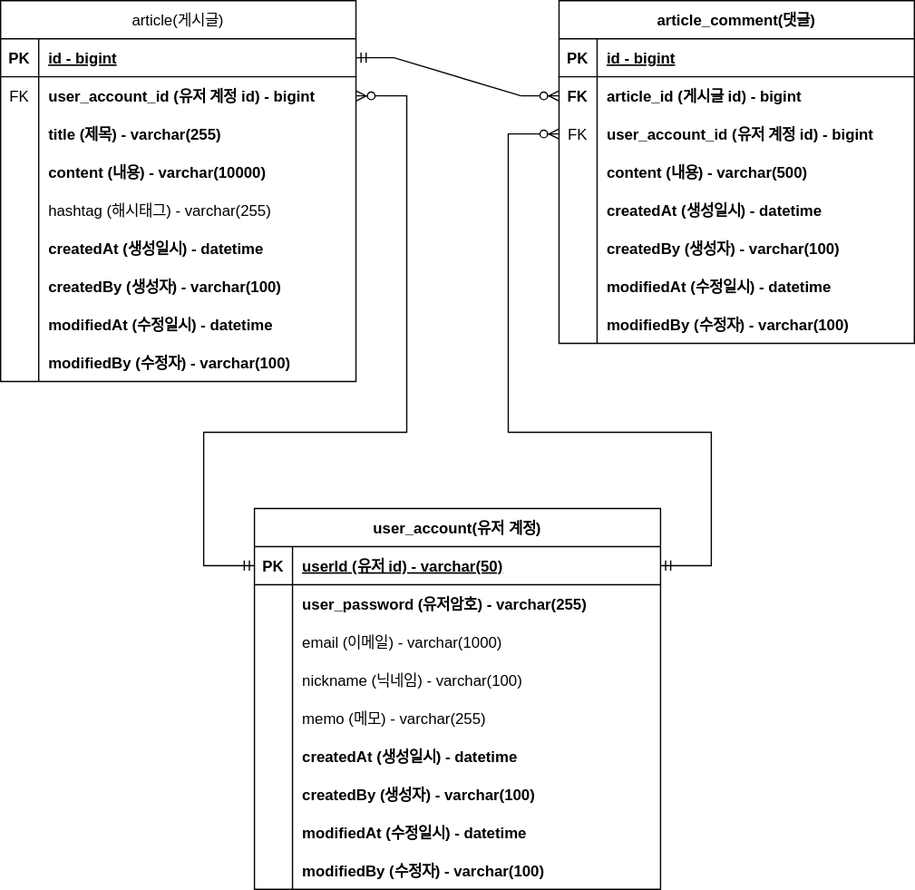
Earlier version of the draw.io export document/project-board-erd.svg (ajs9303/fastcampus-project-board). Source tidied: cells renumbered, new cells last; positions are measured from the earlier drawing's top-left corner, leaving out a move shared by most shapes.
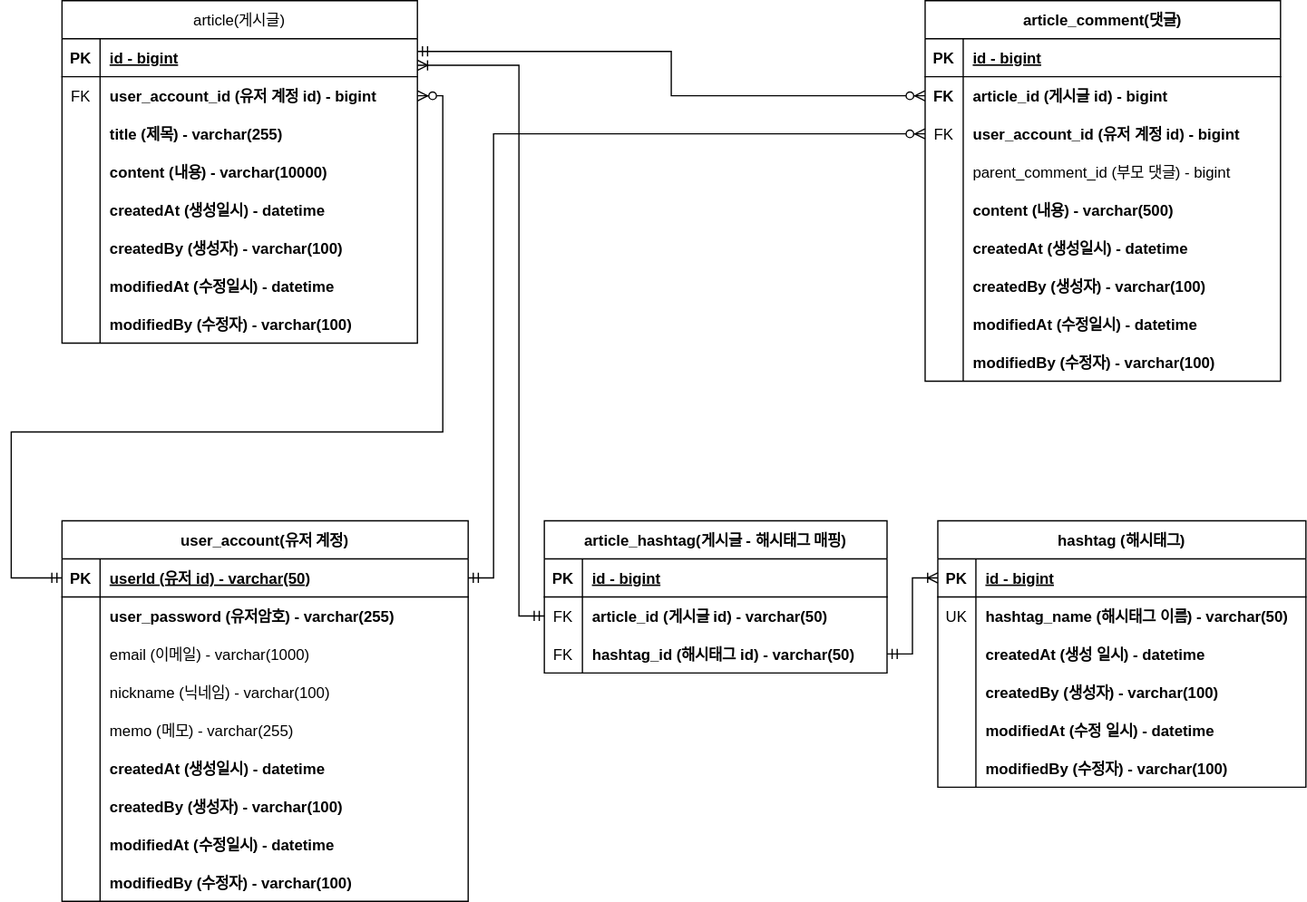
Later version of the same file.

Commit message:
#45 - project-board-erd.svg 업데이트: 대댓글, 해시태그

Change to the diagram source:
```diff
@@ -3,7 +3,7 @@
     <mxCell id="0" />
     <mxCell id="1" parent="0" />
     <mxCell id="2" value="article(게시글)" style="shape=table;startSize=30;rowLines=0;fontStyle=0;align=center;" parent="1" vertex="1">
-      <mxGeometry width="280" height="300" as="geometry" />
+      <mxGeometry width="280" height="270" as="geometry" />
     </mxCell>
     <mxCell id="3" style="shape=partialRectangle;fillColor=none;points=[[0,0.5],[1,0.5]];portConstraint=eastwest;top=0;left=0;right=0;bottom=1;" parent="2" vertex="1">
       <mxGeometry y="30" width="280" height="30" as="geometry" />
@@ -41,17 +41,8 @@
     <mxCell id="14" value="content (내용) - varchar(10000)" style="shape=partialRectangle;overflow=hidden;fillColor=none;top=0;left=0;bottom=0;right=0;align=left;spacingLeft=6;fontStyle=1;" parent="12" vertex="1">
       <mxGeometry x="30" width="250" height="30" as="geometry" />
     </mxCell>
-    <mxCell id="15" style="shape=partialRectangle;fillColor=none;top=0;left=0;right=0;bottom=0;" parent="2" vertex="1">
-      <mxGeometry y="150" width="280" height="30" as="geometry" />
-    </mxCell>
-    <mxCell id="16" style="shape=partialRectangle;overflow=hidden;fillColor=none;top=0;left=0;bottom=0;right=0;" parent="15" vertex="1">
-      <mxGeometry width="30" height="30" as="geometry" />
-    </mxCell>
-    <mxCell id="17" value="hashtag (해시태그) - varchar(255)" style="shape=partialRectangle;overflow=hidden;fillColor=none;top=0;left=0;bottom=0;right=0;align=left;spacingLeft=6;fontStyle=0;" parent="15" vertex="1">
-      <mxGeometry x="30" width="250" height="30" as="geometry" />
-    </mxCell>
     <mxCell id="18" style="shape=partialRectangle;fillColor=none;top=0;left=0;right=0;bottom=0;" parent="2" vertex="1">
-      <mxGeometry y="180" width="280" height="30" as="geometry" />
+      <mxGeometry y="150" width="280" height="30" as="geometry" />
     </mxCell>
     <mxCell id="19" style="shape=partialRectangle;overflow=hidden;fillColor=none;top=0;left=0;bottom=0;right=0;" parent="18" vertex="1">
       <mxGeometry width="30" height="30" as="geometry" />
@@ -60,7 +51,7 @@
       <mxGeometry x="30" width="250" height="30" as="geometry" />
     </mxCell>
     <mxCell id="21" style="shape=partialRectangle;fillColor=none;top=0;left=0;right=0;bottom=0;" parent="2" vertex="1">
-      <mxGeometry y="210" width="280" height="30" as="geometry" />
+      <mxGeometry y="180" width="280" height="30" as="geometry" />
     </mxCell>
     <mxCell id="22" style="shape=partialRectangle;overflow=hidden;fillColor=none;top=0;left=0;bottom=0;right=0;" parent="21" vertex="1">
       <mxGeometry width="30" height="30" as="geometry" />
@@ -69,7 +60,7 @@
       <mxGeometry x="30" width="250" height="30" as="geometry" />
     </mxCell>
     <mxCell id="24" style="shape=partialRectangle;fillColor=none;top=0;left=0;right=0;bottom=0;" parent="2" vertex="1">
-      <mxGeometry y="240" width="280" height="30" as="geometry" />
+      <mxGeometry y="210" width="280" height="30" as="geometry" />
     </mxCell>
     <mxCell id="25" style="shape=partialRectangle;overflow=hidden;fillColor=none;top=0;left=0;bottom=0;right=0;" parent="24" vertex="1">
       <mxGeometry width="30" height="30" as="geometry" />
@@ -78,7 +69,7 @@
       <mxGeometry x="30" width="250" height="30" as="geometry" />
     </mxCell>
     <mxCell id="27" style="shape=partialRectangle;fillColor=none;top=0;left=0;right=0;bottom=0;" parent="2" vertex="1">
-      <mxGeometry y="270" width="280" height="30" as="geometry" />
+      <mxGeometry y="240" width="280" height="30" as="geometry" />
     </mxCell>
     <mxCell id="28" style="shape=partialRectangle;overflow=hidden;fillColor=none;top=0;left=0;bottom=0;right=0;" parent="27" vertex="1">
       <mxGeometry width="30" height="30" as="geometry" />
@@ -87,7 +78,7 @@
       <mxGeometry x="30" width="250" height="30" as="geometry" />
     </mxCell>
     <mxCell id="30" value="article_comment(댓글)" style="shape=table;startSize=30;rowLines=0;fontStyle=1;align=center;" parent="1" vertex="1">
-      <mxGeometry x="440" width="280" height="270" as="geometry" />
+      <mxGeometry x="680" width="280" height="300" as="geometry" />
     </mxCell>
     <mxCell id="31" style="shape=partialRectangle;fillColor=none;top=0;left=0;right=0;bottom=1;" parent="30" vertex="1">
       <mxGeometry y="30" width="280" height="30" as="geometry" />
@@ -116,8 +107,17 @@
     <mxCell id="39" value="user_account_id (유저 계정 id) - bigint" style="shape=partialRectangle;overflow=hidden;fillColor=none;top=0;left=0;bottom=0;right=0;align=left;spacingLeft=6;fontStyle=1;" parent="37" vertex="1">
       <mxGeometry x="30" width="250" height="30" as="geometry" />
     </mxCell>
+    <mxCell id="86" style="shape=partialRectangle;fillColor=none;top=0;left=0;right=0;bottom=0;" parent="30" vertex="1">
+      <mxGeometry y="120" width="280" height="30" as="geometry" />
+    </mxCell>
+    <mxCell id="87" style="shape=partialRectangle;overflow=hidden;fillColor=none;top=0;left=0;bottom=0;right=0;" parent="86" vertex="1">
+      <mxGeometry width="30" height="30" as="geometry" />
+    </mxCell>
+    <mxCell id="88" value="parent_comment_id (부모 댓글) - bigint" style="shape=partialRectangle;overflow=hidden;fillColor=none;top=0;left=0;bottom=0;right=0;align=left;spacingLeft=6;fontStyle=0;" parent="86" vertex="1">
+      <mxGeometry x="30" width="250" height="30" as="geometry" />
+    </mxCell>
     <mxCell id="40" style="shape=partialRectangle;fillColor=none;top=0;left=0;right=0;bottom=0;" parent="30" vertex="1">
-      <mxGeometry y="120" width="280" height="30" as="geometry" />
+      <mxGeometry y="150" width="280" height="30" as="geometry" />
     </mxCell>
     <mxCell id="41" style="shape=partialRectangle;overflow=hidden;fillColor=none;top=0;left=0;bottom=0;right=0;" parent="40" vertex="1">
       <mxGeometry width="30" height="30" as="geometry" />
@@ -126,7 +126,7 @@
       <mxGeometry x="30" width="250" height="30" as="geometry" />
     </mxCell>
     <mxCell id="43" style="shape=partialRectangle;fillColor=none;top=0;left=0;right=0;bottom=0;" parent="30" vertex="1">
-      <mxGeometry y="150" width="280" height="30" as="geometry" />
+      <mxGeometry y="180" width="280" height="30" as="geometry" />
     </mxCell>
     <mxCell id="44" style="shape=partialRectangle;overflow=hidden;fillColor=none;top=0;left=0;bottom=0;right=0;" parent="43" vertex="1">
       <mxGeometry width="30" height="30" as="geometry" />
@@ -135,7 +135,7 @@
       <mxGeometry x="30" width="250" height="30" as="geometry" />
     </mxCell>
     <mxCell id="46" style="shape=partialRectangle;fillColor=none;top=0;left=0;right=0;bottom=0;" parent="30" vertex="1">
-      <mxGeometry y="180" width="280" height="30" as="geometry" />
+      <mxGeometry y="210" width="280" height="30" as="geometry" />
     </mxCell>
     <mxCell id="47" style="shape=partialRectangle;overflow=hidden;fillColor=none;top=0;left=0;bottom=0;right=0;" parent="46" vertex="1">
       <mxGeometry width="30" height="30" as="geometry" />
@@ -144,7 +144,7 @@
       <mxGeometry x="30" width="250" height="30" as="geometry" />
     </mxCell>
     <mxCell id="49" style="shape=partialRectangle;fillColor=none;top=0;left=0;right=0;bottom=0;" parent="30" vertex="1">
-      <mxGeometry y="210" width="280" height="30" as="geometry" />
+      <mxGeometry y="240" width="280" height="30" as="geometry" />
     </mxCell>
     <mxCell id="50" style="shape=partialRectangle;overflow=hidden;fillColor=none;top=0;left=0;bottom=0;right=0;" parent="49" vertex="1">
       <mxGeometry width="30" height="30" as="geometry" />
@@ -153,7 +153,7 @@
       <mxGeometry x="30" width="250" height="30" as="geometry" />
     </mxCell>
     <mxCell id="52" style="shape=partialRectangle;fillColor=none;top=0;left=0;right=0;bottom=0;" parent="30" vertex="1">
-      <mxGeometry y="240" width="280" height="30" as="geometry" />
+      <mxGeometry y="270" width="280" height="30" as="geometry" />
     </mxCell>
     <mxCell id="53" style="shape=partialRectangle;overflow=hidden;fillColor=none;top=0;left=0;bottom=0;right=0;" parent="52" vertex="1">
       <mxGeometry width="30" height="30" as="geometry" />
@@ -161,11 +161,8 @@
     <mxCell id="54" value="modifiedBy (수정자) - varchar(100)" style="shape=partialRectangle;overflow=hidden;fillColor=none;top=0;left=0;bottom=0;right=0;align=left;spacingLeft=6;fontStyle=1;" parent="52" vertex="1">
       <mxGeometry x="30" width="250" height="30" as="geometry" />
     </mxCell>
-    <mxCell id="55" style="edgeStyle=entityRelationEdgeStyle;fontSize=12;html=1;endArrow=ERzeroToMany;startArrow=ERmandOne;rounded=0;exitX=1;exitY=0.5;exitDx=0;exitDy=0;entryX=0;entryY=0.5;entryDx=0;entryDy=0;" parent="1" edge="1" source="3" target="34">
-      <mxGeometry relative="1" as="geometry" />
-    </mxCell>
     <mxCell id="56" value="user_account(유저 계정)" style="shape=table;startSize=30;rowLines=0;fontStyle=1;align=center;" parent="1" vertex="1">
-      <mxGeometry x="200" y="400" width="320" height="300" as="geometry" />
+      <mxGeometry y="410" width="320" height="300" as="geometry" />
     </mxCell>
     <mxCell id="57" style="shape=partialRectangle;fillColor=none;points=[[0,0.5],[1,0.5]];portConstraint=eastwest;top=0;left=0;right=0;bottom=1;" parent="56" vertex="1">
       <mxGeometry y="30" width="320" height="30" as="geometry" />
@@ -251,22 +248,133 @@
     <mxCell id="84" style="edgeStyle=orthogonalEdgeStyle;fontSize=12;html=1;endArrow=ERzeroToMany;startArrow=ERmandOne;rounded=0;entryX=1;entryY=0.5;entryDx=0;entryDy=0;exitX=0;exitY=0.5;exitDx=0;exitDy=0;" parent="1" edge="1" source="57" target="6">
       <mxGeometry relative="1" as="geometry">
         <Array as="points">
-          <mxPoint x="160" y="445" />
-          <mxPoint x="160" y="340" />
-          <mxPoint x="320" y="340" />
-          <mxPoint x="320" y="75" />
+          <mxPoint x="-40" y="455" />
+          <mxPoint x="-40" y="340" />
+          <mxPoint x="300" y="340" />
+          <mxPoint x="300" y="75" />
         </Array>
       </mxGeometry>
     </mxCell>
-    <mxCell id="85" style="edgeStyle=orthogonalEdgeStyle;fontSize=12;html=1;endArrow=ERzeroToMany;startArrow=ERmandOne;rounded=0;exitX=1;exitY=0.5;exitDx=0;exitDy=0;entryX=0;entryY=0.5;entryDx=0;entryDy=0;" parent="1" edge="1" source="57" target="37">
+    <mxCell id="85" style="edgeStyle=orthogonalEdgeStyle;fontSize=12;html=1;endArrow=ERzeroToMany;startArrow=ERmandOne;rounded=0;entryX=0;entryY=0.5;entryDx=0;entryDy=0;exitX=1;exitY=0.5;exitDx=0;exitDy=0;" parent="1" edge="1" source="57" target="37">
       <mxGeometry relative="1" as="geometry">
         <Array as="points">
-          <mxPoint x="560" y="445" />
-          <mxPoint x="560" y="340" />
-          <mxPoint x="400" y="340" />
-          <mxPoint x="400" y="105" />
+          <mxPoint x="340" y="455" />
+          <mxPoint x="340" y="105" />
         </Array>
       </mxGeometry>
     </mxCell>
+    <mxCell id="89" style="edgeStyle=orthogonalEdgeStyle;fontSize=12;html=1;endArrow=ERzeroToMany;startArrow=ERmandOne;rounded=0;entryX=0;entryY=0.5;entryDx=0;entryDy=0;exitX=1;exitY=0.5;exitDx=0;exitDy=0;" parent="1" edge="1" target="34">
+      <mxGeometry relative="1" as="geometry">
+        <mxPoint x="280" y="40" as="sourcePoint" />
+        <Array as="points">
+          <mxPoint x="480" y="40" />
+          <mxPoint x="480" y="75" />
+        </Array>
+      </mxGeometry>
+    </mxCell>
+    <mxCell id="90" value="article_hashtag(게시글 - 해시태그 매핑)" style="shape=table;startSize=30;rowLines=0;fontStyle=1;align=center;" parent="1" vertex="1">
+      <mxGeometry x="380" y="410" width="270" height="120" as="geometry" />
+    </mxCell>
+    <mxCell id="91" style="shape=partialRectangle;fillColor=none;top=0;left=0;right=0;bottom=1;" parent="90" vertex="1">
+      <mxGeometry y="30" width="270" height="30" as="geometry" />
+    </mxCell>
+    <mxCell id="92" value="PK" style="shape=partialRectangle;overflow=hidden;fillColor=none;top=0;left=0;bottom=0;right=0;fontStyle=1;" parent="91" vertex="1">
+      <mxGeometry width="30" height="30" as="geometry" />
+    </mxCell>
+    <mxCell id="93" value="id - bigint" style="shape=partialRectangle;overflow=hidden;fillColor=none;top=0;left=0;bottom=0;right=0;align=left;spacingLeft=6;fontStyle=5;" parent="91" vertex="1">
+      <mxGeometry x="30" width="240" height="30" as="geometry" />
+    </mxCell>
+    <mxCell id="94" style="shape=partialRectangle;fillColor=none;points=[[0,0.5],[1,0.5]];portConstraint=eastwest;top=0;left=0;right=0;bottom=0;" parent="90" vertex="1">
+      <mxGeometry y="60" width="270" height="30" as="geometry" />
+    </mxCell>
+    <mxCell id="95" value="FK" style="shape=partialRectangle;overflow=hidden;fillColor=none;top=0;left=0;bottom=0;right=0;" parent="94" vertex="1">
+      <mxGeometry width="30" height="30" as="geometry" />
+    </mxCell>
+    <mxCell id="96" value="article_id (게시글 id) - varchar(50)" style="shape=partialRectangle;overflow=hidden;fillColor=none;top=0;left=0;bottom=0;right=0;align=left;spacingLeft=6;fontStyle=1;" parent="94" vertex="1">
+      <mxGeometry x="30" width="240" height="30" as="geometry" />
+    </mxCell>
+    <mxCell id="97" style="shape=partialRectangle;fillColor=none;points=[[0,0.5],[1,0.5]];portConstraint=eastwest;top=0;left=0;right=0;bottom=0;" parent="90" vertex="1">
+      <mxGeometry y="90" width="270" height="30" as="geometry" />
+    </mxCell>
+    <mxCell id="98" value="FK" style="shape=partialRectangle;overflow=hidden;fillColor=none;top=0;left=0;bottom=0;right=0;" parent="97" vertex="1">
+      <mxGeometry width="30" height="30" as="geometry" />
+    </mxCell>
+    <mxCell id="99" value="hashtag_id (해시태그 id) - varchar(50)" style="shape=partialRectangle;overflow=hidden;fillColor=none;top=0;left=0;bottom=0;right=0;align=left;spacingLeft=6;fontStyle=1;" parent="97" vertex="1">
+      <mxGeometry x="30" width="240" height="30" as="geometry" />
+    </mxCell>
+    <mxCell id="100" value="hashtag (해시태그)" style="shape=table;startSize=30;rowLines=0;fontStyle=1;align=center;" parent="1" vertex="1">
+      <mxGeometry x="690" y="410" width="290" height="210" as="geometry" />
+    </mxCell>
+    <mxCell id="101" style="shape=partialRectangle;fillColor=none;points=[[0,0.5],[1,0.5]];portConstraint=eastwest;top=0;left=0;right=0;bottom=1;" parent="100" vertex="1">
+      <mxGeometry y="30" width="290" height="30" as="geometry" />
+    </mxCell>
+    <mxCell id="102" value="PK" style="shape=partialRectangle;overflow=hidden;fillColor=none;top=0;left=0;bottom=0;right=0;fontStyle=1;" parent="101" vertex="1">
+      <mxGeometry width="30" height="30" as="geometry" />
+    </mxCell>
+    <mxCell id="103" value="id - bigint" style="shape=partialRectangle;overflow=hidden;fillColor=none;top=0;left=0;bottom=0;right=0;align=left;spacingLeft=6;fontStyle=5;" parent="101" vertex="1">
+      <mxGeometry x="30" width="260" height="30" as="geometry" />
+    </mxCell>
+    <mxCell id="104" style="shape=partialRectangle;fillColor=none;top=0;left=0;right=0;bottom=0;" parent="100" vertex="1">
+      <mxGeometry y="60" width="290" height="30" as="geometry" />
+    </mxCell>
+    <mxCell id="105" value="UK" style="shape=partialRectangle;overflow=hidden;fillColor=none;top=0;left=0;bottom=0;right=0;" parent="104" vertex="1">
+      <mxGeometry width="30" height="30" as="geometry" />
+    </mxCell>
+    <mxCell id="106" value="hashtag_name (해시태그 이름) - varchar(50)" style="shape=partialRectangle;overflow=hidden;fillColor=none;top=0;left=0;bottom=0;right=0;align=left;spacingLeft=6;fontStyle=1;" parent="104" vertex="1">
+      <mxGeometry x="30" width="260" height="30" as="geometry" />
+    </mxCell>
+    <mxCell id="107" style="shape=partialRectangle;fillColor=none;top=0;left=0;right=0;bottom=0;" parent="100" vertex="1">
+      <mxGeometry y="90" width="290" height="30" as="geometry" />
+    </mxCell>
+    <mxCell id="108" style="shape=partialRectangle;overflow=hidden;fillColor=none;top=0;left=0;bottom=0;right=0;" parent="107" vertex="1">
+      <mxGeometry width="30" height="30" as="geometry" />
+    </mxCell>
+    <mxCell id="109" value="createdAt (생성 일시) - datetime" style="shape=partialRectangle;overflow=hidden;fillColor=none;top=0;left=0;bottom=0;right=0;align=left;spacingLeft=6;fontStyle=1;" parent="107" vertex="1">
+      <mxGeometry x="30" width="260" height="30" as="geometry" />
+    </mxCell>
+    <mxCell id="110" style="shape=partialRectangle;fillColor=none;top=0;left=0;right=0;bottom=0;" parent="100" vertex="1">
+      <mxGeometry y="120" width="290" height="30" as="geometry" />
+    </mxCell>
+    <mxCell id="111" style="shape=partialRectangle;overflow=hidden;fillColor=none;top=0;left=0;bottom=0;right=0;" parent="110" vertex="1">
+      <mxGeometry width="30" height="30" as="geometry" />
+    </mxCell>
+    <mxCell id="112" value="createdBy (생성자) - varchar(100)" style="shape=partialRectangle;overflow=hidden;fillColor=none;top=0;left=0;bottom=0;right=0;align=left;spacingLeft=6;fontStyle=1;" parent="110" vertex="1">
+      <mxGeometry x="30" width="260" height="30" as="geometry" />
+    </mxCell>
+    <mxCell id="113" style="shape=partialRectangle;fillColor=none;top=0;left=0;right=0;bottom=0;" parent="100" vertex="1">
+      <mxGeometry y="150" width="290" height="30" as="geometry" />
+    </mxCell>
+    <mxCell id="114" style="shape=partialRectangle;overflow=hidden;fillColor=none;top=0;left=0;bottom=0;right=0;" parent="113" vertex="1">
+      <mxGeometry width="30" height="30" as="geometry" />
+    </mxCell>
+    <mxCell id="115" value="modifiedAt (수정 일시) - datetime" style="shape=partialRectangle;overflow=hidden;fillColor=none;top=0;left=0;bottom=0;right=0;align=left;spacingLeft=6;fontStyle=1;" parent="113" vertex="1">
+      <mxGeometry x="30" width="260" height="30" as="geometry" />
+    </mxCell>
+    <mxCell id="116" style="shape=partialRectangle;fillColor=none;top=0;left=0;right=0;bottom=0;fontStyle=1;" parent="100" vertex="1">
+      <mxGeometry y="180" width="290" height="30" as="geometry" />
+    </mxCell>
+    <mxCell id="117" style="shape=partialRectangle;overflow=hidden;fillColor=none;top=0;left=0;bottom=0;right=0;" parent="116" vertex="1">
+      <mxGeometry width="30" height="30" as="geometry" />
+    </mxCell>
+    <mxCell id="118" value="modifiedBy (수정자) - varchar(100)" style="shape=partialRectangle;overflow=hidden;fillColor=none;top=0;left=0;bottom=0;right=0;align=left;spacingLeft=6;fontStyle=1;" parent="116" vertex="1">
+      <mxGeometry x="30" width="260" height="30" as="geometry" />
+    </mxCell>
+    <mxCell id="119" style="fontSize=12;html=1;endArrow=ERoneToMany;startArrow=ERmandOne;rounded=0;entryX=1;entryY=0.5;entryDx=0;entryDy=0;exitX=0;exitY=0.5;exitDx=0;exitDy=0;strokeColor=default;edgeStyle=orthogonalEdgeStyle;" parent="1" edge="1" source="94">
+      <mxGeometry relative="1" as="geometry">
+        <mxPoint x="280" y="51" as="targetPoint" />
+        <Array as="points">
+          <mxPoint x="360" y="485" />
+          <mxPoint x="360" y="51" />
+        </Array>
+      </mxGeometry>
+    </mxCell>
+    <mxCell id="120" style="edgeStyle=orthogonalEdgeStyle;fontSize=12;html=1;endArrow=ERoneToMany;startArrow=ERmandOne;rounded=0;entryX=0;entryY=0.5;entryDx=0;entryDy=0;exitX=1;exitY=0.5;exitDx=0;exitDy=0;" parent="1" edge="1" source="97" target="101">
+      <mxGeometry relative="1" as="geometry">
+        <Array as="points">
+          <mxPoint x="670" y="515" />
+          <mxPoint x="670" y="455" />
+        </Array>
+      </mxGeometry>
+    </mxCell>
   </root>
 </mxGraphModel>
```
